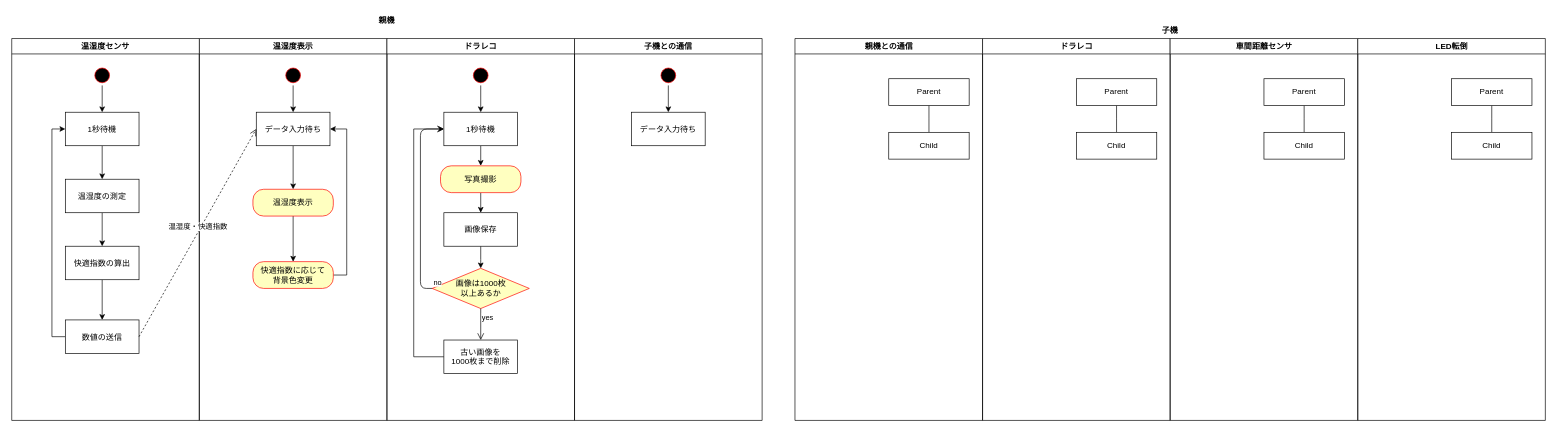
matabe0320/RaspberryPi_On_myCar keeps this draw.io diagram as 車載ラズパイ.drawio. Above is the earlier version. Source tidied: cells renumbered, new cells numbered last; positions are measured from the earlier drawing's top-left corner, leaving out a move shared by most shapes. Both pictures are drawn from the tidied source at 67%, with x=0, y=0 at pixel (11, 11).
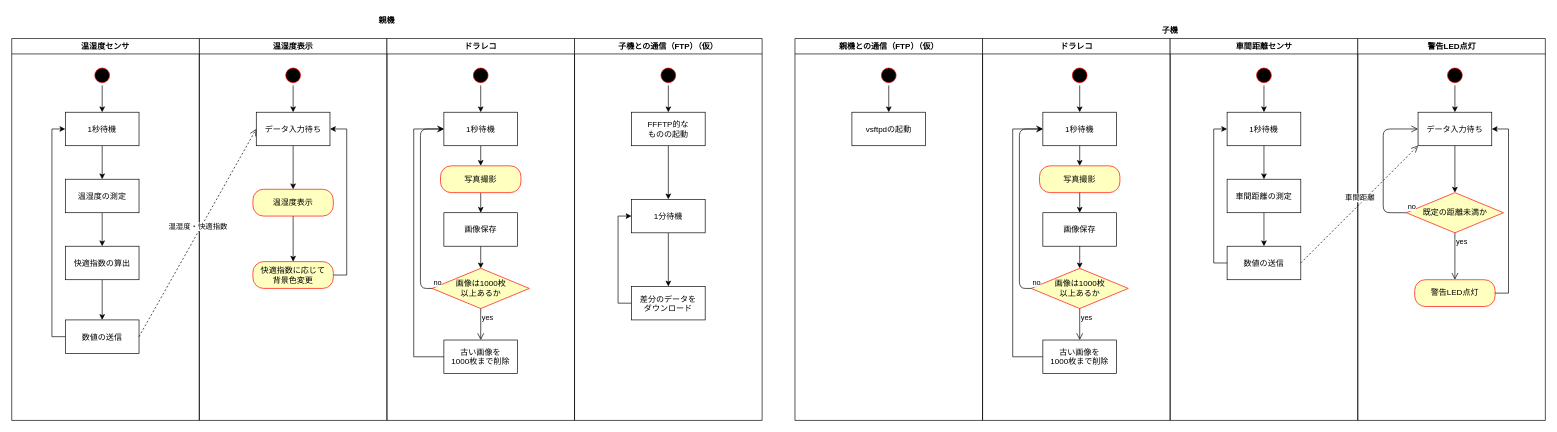
After the change.

Commit message:
車載ラズパイ.drawio を更新します

The change refers to these unchanged cells:
```xml
<mxCell id="33" value="ドラレコ" style="swimlane;html=1;startSize=23;horizontal=1;containerType=tree;" parent="1" vertex="1">
  <mxGeometry x="1449" y="40" width="280" height="570" as="geometry" />
</mxCell>
<mxCell id="39" value="車間距離センサ" style="swimlane;html=1;startSize=23;horizontal=1;containerType=tree;" parent="1" vertex="1">
  <mxGeometry x="1729" y="40" width="280" height="570" as="geometry" />
</mxCell>
```

Change to the diagram source:
```diff
@@
-    <mxCell id="25" value="子機との通信" style="swimlane;whiteSpace=wrap;startSize=23;" parent="1" vertex="1">
+    <mxCell id="25" value="子機との通信（FTP）（仮）" style="swimlane;whiteSpace=wrap;startSize=23;" parent="1" vertex="1">
       <mxGeometry x="840" y="40" width="280" height="570" as="geometry" />
     </mxCell>
+    <mxCell id="59" style="edgeStyle=orthogonalEdgeStyle;rounded=0;jettySize=auto;html=1;" parent="25" edge="1" source="26" target="61">
+      <mxGeometry relative="1" as="geometry" />
+    </mxCell>
-    <mxCell id="26" value="データ入力待ち" parent="25" vertex="1">
+    <mxCell id="26" value="FFFTP的な&#10;ものの起動" parent="25" vertex="1">
       <mxGeometry x="85" y="110" width="110" height="50" as="geometry" />
     </mxCell>
+    <mxCell id="60" style="edgeStyle=orthogonalEdgeStyle;rounded=0;jettySize=auto;html=1;" parent="25" edge="1" source="61" target="63">
+      <mxGeometry relative="1" as="geometry" />
+    </mxCell>
+    <mxCell id="61" value="1分待機" parent="25" vertex="1">
+      <mxGeometry x="85" y="240" width="110" height="50" as="geometry" />
+    </mxCell>
+    <mxCell id="62" style="edgeStyle=orthogonalEdgeStyle;rounded=0;jettySize=auto;html=1;exitX=0;exitY=0.5;exitDx=0;exitDy=0;entryX=0;entryY=0.5;entryDx=0;entryDy=0;" parent="25" edge="1" source="63" target="61">
+      <mxGeometry relative="1" as="geometry" />
+    </mxCell>
+    <mxCell id="63" value="差分のデータを&#10;ダウンロード" parent="25" vertex="1">
+      <mxGeometry x="85" y="370" width="110" height="50" as="geometry" />
+    </mxCell>
@@
-    <mxCell id="29" value="親機との通信" style="swimlane;html=1;startSize=23;horizontal=1;containerType=tree;" parent="1" vertex="1">
+    <mxCell id="29" value="親機との通信（FTP）（仮）" style="swimlane;html=1;startSize=23;horizontal=1;containerType=tree;" parent="1" vertex="1">
       <mxGeometry x="1169" y="40" width="280" height="570" as="geometry" />
     </mxCell>
-    <mxCell id="30" style="edgeStyle=elbowEdgeStyle;elbow=vertical;startArrow=none;endArrow=none;rounded=0;" parent="29" edge="1" source="31" target="32">
-      <mxGeometry relative="1" as="geometry" />
-    </mxCell>
-    <mxCell id="31" value="Parent" style="whiteSpace=wrap;html=1;newEdgeStyle={&quot;edgeStyle&quot;:&quot;elbowEdgeStyle&quot;,&quot;startArrow&quot;:&quot;none&quot;,&quot;endArrow&quot;:&quot;none&quot;};" parent="29" vertex="1">
-      <mxGeometry x="140" y="60" width="120" height="40" as="geometry" />
-    </mxCell>
-    <mxCell id="32" value="Child" style="whiteSpace=wrap;html=1;newEdgeStyle={&quot;edgeStyle&quot;:&quot;elbowEdgeStyle&quot;,&quot;startArrow&quot;:&quot;none&quot;,&quot;endArrow&quot;:&quot;none&quot;};" parent="29" vertex="1">
-      <mxGeometry x="140" y="140" width="120" height="40" as="geometry" />
-    </mxCell>
+    <mxCell id="64" value="vsftpdの起動" parent="29" vertex="1">
+      <mxGeometry x="85" y="110" width="110" height="50" as="geometry" />
+    </mxCell>
+    <mxCell id="65" style="edgeStyle=orthogonalEdgeStyle;rounded=0;jettySize=auto;html=1;exitX=0.5;exitY=1;exitDx=0;exitDy=0;entryX=0.5;entryY=0;entryDx=0;entryDy=0;" parent="29" edge="1" source="66" target="64">
+      <mxGeometry relative="1" as="geometry" />
+    </mxCell>
+    <mxCell id="66" style="ellipse;html=1;shape=startState;fillColor=#000000;strokeColor=#ff0000;" parent="29" vertex="1">
+      <mxGeometry x="125" y="40" width="30" height="30" as="geometry" />
+    </mxCell>
@@
-    <mxCell id="34" style="edgeStyle=elbowEdgeStyle;elbow=vertical;startArrow=none;endArrow=none;rounded=0;" parent="33" edge="1" source="35" target="36">
-      <mxGeometry relative="1" as="geometry" />
-    </mxCell>
-    <mxCell id="35" value="Parent" style="whiteSpace=wrap;html=1;newEdgeStyle={&quot;edgeStyle&quot;:&quot;elbowEdgeStyle&quot;,&quot;startArrow&quot;:&quot;none&quot;,&quot;endArrow&quot;:&quot;none&quot;};" parent="33" vertex="1">
-      <mxGeometry x="140" y="60" width="120" height="40" as="geometry" />
-    </mxCell>
-    <mxCell id="36" value="Child" style="whiteSpace=wrap;html=1;newEdgeStyle={&quot;edgeStyle&quot;:&quot;elbowEdgeStyle&quot;,&quot;startArrow&quot;:&quot;none&quot;,&quot;endArrow&quot;:&quot;none&quot;};" parent="33" vertex="1">
-      <mxGeometry x="140" y="140" width="120" height="40" as="geometry" />
-    </mxCell>
+    <mxCell id="67" style="ellipse;shape=startState;fillColor=#000000;strokeColor=#ff0000;" parent="33" vertex="1">
+      <mxGeometry x="130" y="40" width="30" height="30" as="geometry" />
+    </mxCell>
+    <mxCell id="68" value="1秒待機" parent="33" vertex="1">
+      <mxGeometry x="90" y="110" width="110" height="50" as="geometry" />
+    </mxCell>
+    <mxCell id="69" style="edgeStyle=orthogonalEdgeStyle;rounded=0;jettySize=auto;html=1;exitX=0.5;exitY=1;exitDx=0;exitDy=0;entryX=0.5;entryY=0;entryDx=0;entryDy=0;" parent="33" edge="1" source="67" target="68">
+      <mxGeometry relative="1" as="geometry" />
+    </mxCell>
+    <mxCell id="70" value="写真撮影" style="rounded=1;whiteSpace=wrap;html=1;arcSize=40;fontColor=#000000;fillColor=#ffffc0;strokeColor=#ff0000;" parent="33" vertex="1">
+      <mxGeometry x="85" y="190" width="120" height="40" as="geometry" />
+    </mxCell>
+    <mxCell id="71" style="edgeStyle=orthogonalEdgeStyle;rounded=0;jettySize=auto;html=1;exitX=0.5;exitY=1;exitDx=0;exitDy=0;entryX=0.5;entryY=0;entryDx=0;entryDy=0;" parent="33" edge="1" source="68" target="70">
+      <mxGeometry relative="1" as="geometry" />
+    </mxCell>
+    <mxCell id="72" value="画像保存" parent="33" vertex="1">
+      <mxGeometry x="90" y="260" width="110" height="50" as="geometry" />
+    </mxCell>
+    <mxCell id="73" style="edgeStyle=orthogonalEdgeStyle;rounded=0;jettySize=auto;html=1;exitX=0.5;exitY=1;exitDx=0;exitDy=0;entryX=0.5;entryY=0;entryDx=0;entryDy=0;" parent="33" edge="1" source="70" target="72">
+      <mxGeometry relative="1" as="geometry" />
+    </mxCell>
+    <mxCell id="74" style="edgeStyle=orthogonalEdgeStyle;rounded=0;jettySize=auto;html=1;exitX=0;exitY=0.5;exitDx=0;exitDy=0;entryX=0;entryY=0.5;entryDx=0;entryDy=0;" parent="33" edge="1" source="75" target="68">
+      <mxGeometry relative="1" as="geometry">
+        <Array as="points">
+          <mxPoint x="45" y="475" />
+          <mxPoint x="45" y="135" />
+        </Array>
+      </mxGeometry>
+    </mxCell>
+    <mxCell id="75" value="古い画像を&#10;1000枚まで削除" parent="33" vertex="1">
+      <mxGeometry x="90" y="450" width="110" height="50" as="geometry" />
+    </mxCell>
+    <mxCell id="76" value="画像は1000枚&lt;br&gt;以上あるか" style="rhombus;whiteSpace=wrap;html=1;fillColor=#ffffc0;strokeColor=#ff0000;" parent="33" vertex="1">
+      <mxGeometry x="72.5" y="343" width="145" height="60" as="geometry" />
+    </mxCell>
+    <mxCell id="77" value="no" style="edgeStyle=orthogonalEdgeStyle;html=1;align=left;verticalAlign=bottom;endArrow=open;endSize=8;strokeColor=#000000;entryX=0;entryY=0.5;entryDx=0;entryDy=0;exitX=0;exitY=0.5;exitDx=0;exitDy=0;" parent="33" edge="1" source="76" target="68">
+      <mxGeometry x="-1" relative="1" as="geometry">
+        <Array as="points">
+          <mxPoint x="55" y="373" />
+          <mxPoint x="55" y="135" />
+        </Array>
+      </mxGeometry>
+    </mxCell>
+    <mxCell id="78" style="edgeStyle=orthogonalEdgeStyle;rounded=0;jettySize=auto;html=1;exitX=0.5;exitY=1;exitDx=0;exitDy=0;entryX=0.5;entryY=0;entryDx=0;entryDy=0;" parent="33" edge="1" source="72" target="76">
+      <mxGeometry relative="1" as="geometry">
+        <Array as="points">
+          <mxPoint x="145" y="330" />
+          <mxPoint x="145" y="330" />
+        </Array>
+      </mxGeometry>
+    </mxCell>
+    <mxCell id="79" value="yes" style="edgeStyle=orthogonalEdgeStyle;html=1;align=left;verticalAlign=top;endArrow=open;endSize=8;strokeColor=#000000;entryX=0.5;entryY=0;entryDx=0;entryDy=0;" parent="33" edge="1" source="76" target="75">
+      <mxGeometry x="-1" relative="1" as="geometry" />
+    </mxCell>
@@
-    <mxCell id="40" style="edgeStyle=elbowEdgeStyle;elbow=vertical;startArrow=none;endArrow=none;rounded=0;" parent="39" edge="1" source="41" target="42">
-      <mxGeometry relative="1" as="geometry" />
-    </mxCell>
-    <mxCell id="41" value="Parent" style="whiteSpace=wrap;html=1;newEdgeStyle={&quot;edgeStyle&quot;:&quot;elbowEdgeStyle&quot;,&quot;startArrow&quot;:&quot;none&quot;,&quot;endArrow&quot;:&quot;none&quot;};" parent="39" vertex="1">
-      <mxGeometry x="140" y="60" width="120" height="40" as="geometry" />
-    </mxCell>
-    <mxCell id="42" value="Child" style="whiteSpace=wrap;html=1;newEdgeStyle={&quot;edgeStyle&quot;:&quot;elbowEdgeStyle&quot;,&quot;startArrow&quot;:&quot;none&quot;,&quot;endArrow&quot;:&quot;none&quot;};" parent="39" vertex="1">
-      <mxGeometry x="140" y="140" width="120" height="40" as="geometry" />
-    </mxCell>
+    <mxCell id="80" style="ellipse;shape=startState;fillColor=#000000;strokeColor=#ff0000;" parent="39" vertex="1">
+      <mxGeometry x="125" y="40" width="30" height="30" as="geometry" />
+    </mxCell>
+    <mxCell id="81" value="1秒待機" parent="39" vertex="1">
+      <mxGeometry x="85" y="110" width="110" height="50" as="geometry" />
+    </mxCell>
+    <mxCell id="82" style="edgeStyle=orthogonalEdgeStyle;rounded=0;jettySize=auto;html=1;exitX=0.5;exitY=1;exitDx=0;exitDy=0;entryX=0.5;entryY=0;entryDx=0;entryDy=0;" parent="39" edge="1" source="80" target="81">
+      <mxGeometry relative="1" as="geometry" />
+    </mxCell>
+    <mxCell id="83" value="数値の送信" parent="39" vertex="1">
+      <mxGeometry x="85" y="310" width="110" height="50" as="geometry" />
+    </mxCell>
+    <mxCell id="84" style="edgeStyle=orthogonalEdgeStyle;rounded=0;jettySize=auto;html=1;exitX=0.5;exitY=1;exitDx=0;exitDy=0;entryX=0.5;entryY=0;entryDx=0;entryDy=0;" parent="39" edge="1" source="85" target="83">
+      <mxGeometry relative="1" as="geometry" />
+    </mxCell>
+    <mxCell id="85" value="車間距離の測定" parent="39" vertex="1">
+      <mxGeometry x="85" y="210" width="110" height="50" as="geometry" />
+    </mxCell>
+    <mxCell id="86" style="edgeStyle=orthogonalEdgeStyle;rounded=0;jettySize=auto;html=1;exitX=0.5;exitY=1;exitDx=0;exitDy=0;entryX=0.5;entryY=0;entryDx=0;entryDy=0;" parent="39" edge="1" source="81" target="85">
+      <mxGeometry relative="1" as="geometry" />
+    </mxCell>
+    <mxCell id="87" style="edgeStyle=orthogonalEdgeStyle;rounded=0;jettySize=auto;html=1;exitX=0;exitY=0.5;exitDx=0;exitDy=0;entryX=0;entryY=0.5;entryDx=0;entryDy=0;" parent="39" edge="1" source="83" target="81">
+      <mxGeometry relative="1" as="geometry" />
+    </mxCell>
-    <mxCell id="43" value="LED転倒" style="swimlane;html=1;startSize=23;horizontal=1;containerType=tree;" parent="1" vertex="1">
+    <mxCell id="43" value="警告LED点灯" style="swimlane;html=1;startSize=23;horizontal=1;containerType=tree;" parent="1" vertex="1">
       <mxGeometry x="2009" y="40" width="280" height="570" as="geometry" />
     </mxCell>
-    <mxCell id="44" style="edgeStyle=elbowEdgeStyle;elbow=vertical;startArrow=none;endArrow=none;rounded=0;" parent="43" edge="1" source="45" target="46">
-      <mxGeometry relative="1" as="geometry" />
-    </mxCell>
-    <mxCell id="45" value="Parent" style="whiteSpace=wrap;html=1;newEdgeStyle={&quot;edgeStyle&quot;:&quot;elbowEdgeStyle&quot;,&quot;startArrow&quot;:&quot;none&quot;,&quot;endArrow&quot;:&quot;none&quot;};" parent="43" vertex="1">
-      <mxGeometry x="140" y="60" width="120" height="40" as="geometry" />
-    </mxCell>
-    <mxCell id="46" value="Child" style="whiteSpace=wrap;html=1;newEdgeStyle={&quot;edgeStyle&quot;:&quot;elbowEdgeStyle&quot;,&quot;startArrow&quot;:&quot;none&quot;,&quot;endArrow&quot;:&quot;none&quot;};" parent="43" vertex="1">
-      <mxGeometry x="140" y="140" width="120" height="40" as="geometry" />
-    </mxCell>
+    <mxCell id="88" style="ellipse;shape=startState;fillColor=#000000;strokeColor=#ff0000;" parent="43" vertex="1">
+      <mxGeometry x="130" y="40" width="30" height="30" as="geometry" />
+    </mxCell>
+    <mxCell id="89" value="データ入力待ち" parent="43" vertex="1">
+      <mxGeometry x="90" y="110" width="110" height="50" as="geometry" />
+    </mxCell>
+    <mxCell id="90" style="edgeStyle=orthogonalEdgeStyle;rounded=0;jettySize=auto;html=1;exitX=0.5;exitY=1;exitDx=0;exitDy=0;entryX=0.5;entryY=0;entryDx=0;entryDy=0;" parent="43" edge="1" source="88" target="89">
+      <mxGeometry relative="1" as="geometry" />
+    </mxCell>
+    <mxCell id="91" value="警告LED点灯" style="rounded=1;whiteSpace=wrap;html=1;arcSize=40;fontColor=#000000;fillColor=#ffffc0;strokeColor=#ff0000;" parent="43" vertex="1">
+      <mxGeometry x="85" y="360" width="120" height="40" as="geometry" />
+    </mxCell>
+    <mxCell id="92" style="edgeStyle=orthogonalEdgeStyle;rounded=0;jettySize=auto;html=1;exitX=0.5;exitY=1;exitDx=0;exitDy=0;entryX=0.5;entryY=0;entryDx=0;entryDy=0;" parent="43" edge="1" source="89" target="94">
+      <mxGeometry relative="1" as="geometry" />
+    </mxCell>
+    <mxCell id="93" style="edgeStyle=orthogonalEdgeStyle;rounded=0;jettySize=auto;html=1;exitX=1;exitY=0.5;exitDx=0;exitDy=0;entryX=1;entryY=0.5;entryDx=0;entryDy=0;" parent="43" edge="1" source="91" target="89">
+      <mxGeometry relative="1" as="geometry" />
+    </mxCell>
+    <mxCell id="94" value="既定の距離未満か" style="rhombus;whiteSpace=wrap;html=1;fillColor=#ffffc0;strokeColor=#ff0000;" parent="43" vertex="1">
+      <mxGeometry x="72.5" y="230" width="145" height="60" as="geometry" />
+    </mxCell>
+    <mxCell id="95" value="no" style="edgeStyle=orthogonalEdgeStyle;html=1;align=left;verticalAlign=bottom;endArrow=open;endSize=8;strokeColor=#000000;entryX=0;entryY=0.5;entryDx=0;entryDy=0;exitX=0;exitY=0.5;exitDx=0;exitDy=0;" parent="43" edge="1" source="94" target="89">
+      <mxGeometry x="-1" relative="1" as="geometry">
+        <Array as="points">
+          <mxPoint x="38" y="260" />
+          <mxPoint x="38" y="135" />
+        </Array>
+      </mxGeometry>
+    </mxCell>
+    <mxCell id="96" value="yes" style="edgeStyle=orthogonalEdgeStyle;html=1;align=left;verticalAlign=top;endArrow=open;endSize=8;strokeColor=#000000;entryX=0.5;entryY=0;entryDx=0;entryDy=0;exitX=0.5;exitY=1;exitDx=0;exitDy=0;" parent="43" edge="1" source="94" target="91">
+      <mxGeometry x="-1" relative="1" as="geometry">
+        <Array as="points">
+          <mxPoint x="145" y="330" />
+          <mxPoint x="145" y="330" />
+        </Array>
+      </mxGeometry>
+    </mxCell>
@@
+    <mxCell id="97" value="車間距離" style="html=1;verticalAlign=bottom;endArrow=open;dashed=1;endSize=8;entryX=0;entryY=1;entryDx=0;entryDy=0;exitX=1;exitY=0.5;exitDx=0;exitDy=0;" parent="1" edge="1" source="83" target="89">
+      <mxGeometry relative="1" as="geometry" />
+    </mxCell>
```
